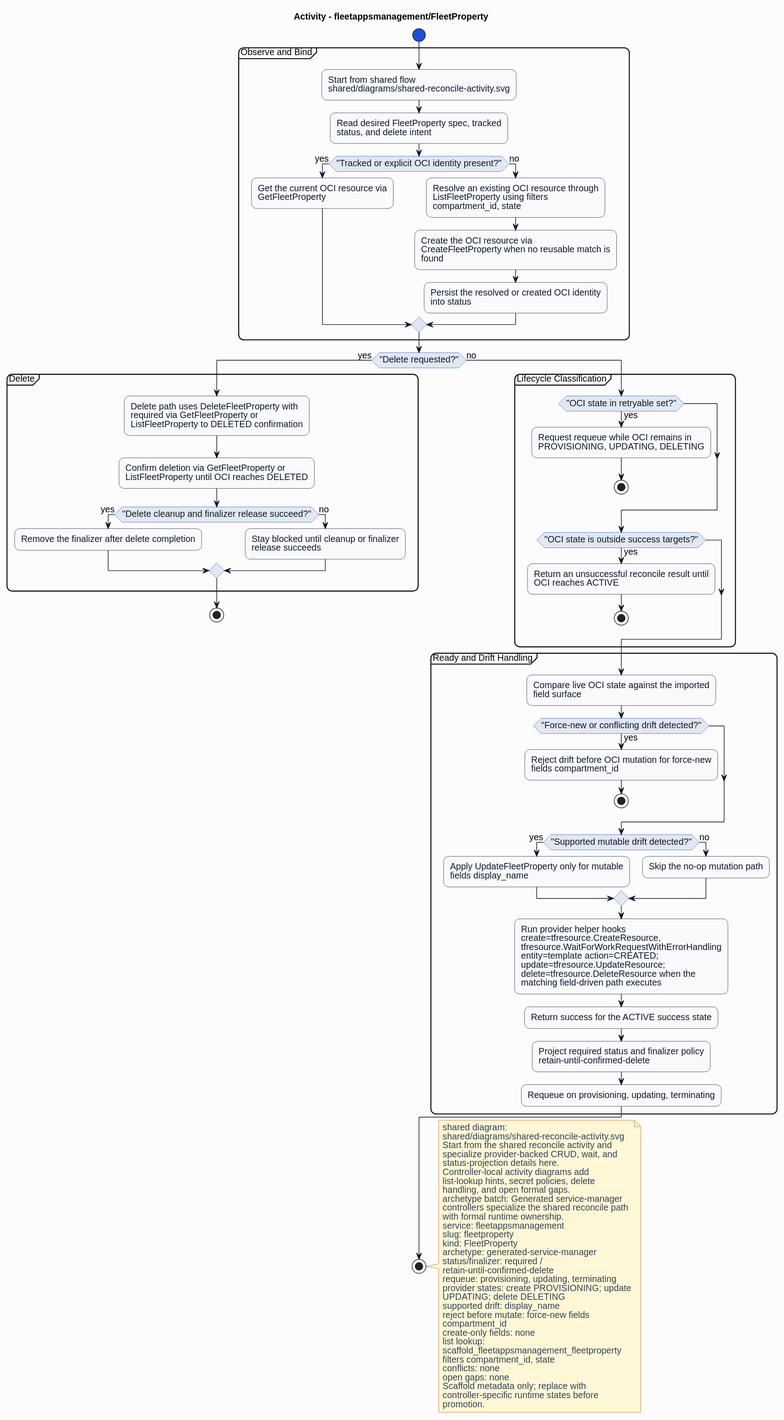
Before: formal/controllers/fleetappsmanagement/fleetproperty/diagrams/activity.svg, a diagram exported from PlantUML (HaoyL666/oci-service-operator).
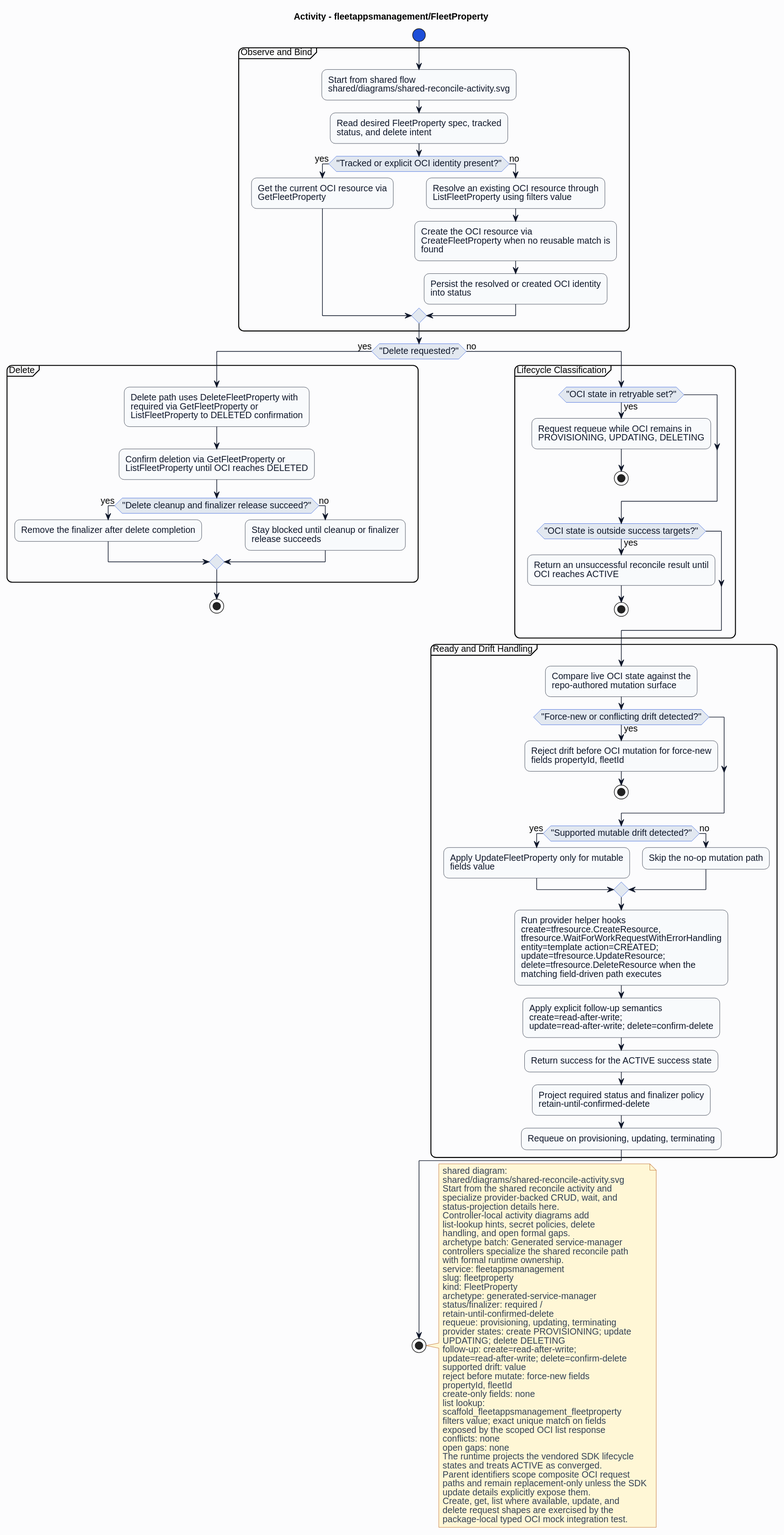
Above is the later version.

What changed in the source:
```diff
@@ -27,7 +27,7 @@
 if ("Tracked or explicit OCI identity present?") then (yes)
 :Get the current OCI resource via\nGetFleetProperty;
 else (no)
-:Resolve an existing OCI resource through\nListFleetProperty using filters\ncompartment_id, state;
+:Resolve an existing OCI resource through\nListFleetProperty using filters value;
 :Create the OCI resource via\nCreateFleetProperty when no reusable match is\nfound;
 :Persist the resolved or created OCI identity\ninto status;
 endif
@@ -55,17 +55,18 @@
 endif
 }
 partition "Ready and Drift Handling" {
-:Compare live OCI state against the imported\nfield surface;
+:Compare live OCI state against the\nrepo-authored mutation surface;
 if ("Force-new or conflicting drift detected?") then (yes)
-:Reject drift before OCI mutation for force-new\nfields compartment_id;
+:Reject drift before OCI mutation for force-new\nfields propertyId, fleetId;
 stop
 endif
 if ("Supported mutable drift detected?") then (yes)
-:Apply UpdateFleetProperty only for mutable\nfields display_name;
+:Apply UpdateFleetProperty only for mutable\nfields value;
 else (no)
 :Skip the no-op mutation path;
 endif
 :Run provider helper hooks\ncreate=tfresource.CreateResource,\ntfresource.WaitForWorkRequestWithErrorHandling\nentity=template action=CREATED;\nupdate=tfresource.UpdateResource;\ndelete=tfresource.DeleteResource when the\nmatching field-driven path executes;
+:Apply explicit follow-up semantics\ncreate=read-after-write;\nupdate=read-after-write; delete=confirm-delete;
 :Return success for the ACTIVE success state;
 :Project required status and finalizer policy\nretain-until-confirmed-delete;
 :Requeue on provisioning, updating, terminating;
@@ -93,17 +94,25 @@
 requeue: provisioning, updating, terminating
 provider states: create PROVISIONING; update
 UPDATING; delete DELETING
-supported drift: display_name
+follow-up: create=read-after-write;
+update=read-after-write; delete=confirm-delete
+supported drift: value
 reject before mutate: force-new fields
-compartment_id
+propertyId, fleetId
 create-only fields: none
 list lookup:
 scaffold_fleetappsmanagement_fleetproperty
-filters compartment_id, state
+filters value; exact unique match on fields
+exposed by the scoped OCI list response
 conflicts: none
 open gaps: none
-Scaffold metadata only; replace with
-controller-specific runtime states before
-promotion.
+The runtime projects the vendored SDK lifecycle
+states and treats ACTIVE as converged.
+Parent identifiers scope composite OCI request
+paths and remain replacement-only unless the SDK
+update details explicitly expose them.
+Create, get, list where available, update, and
+delete request shapes are exercised by the
+package-local typed OCI mock integration test.
 end note
 @enduml
```
